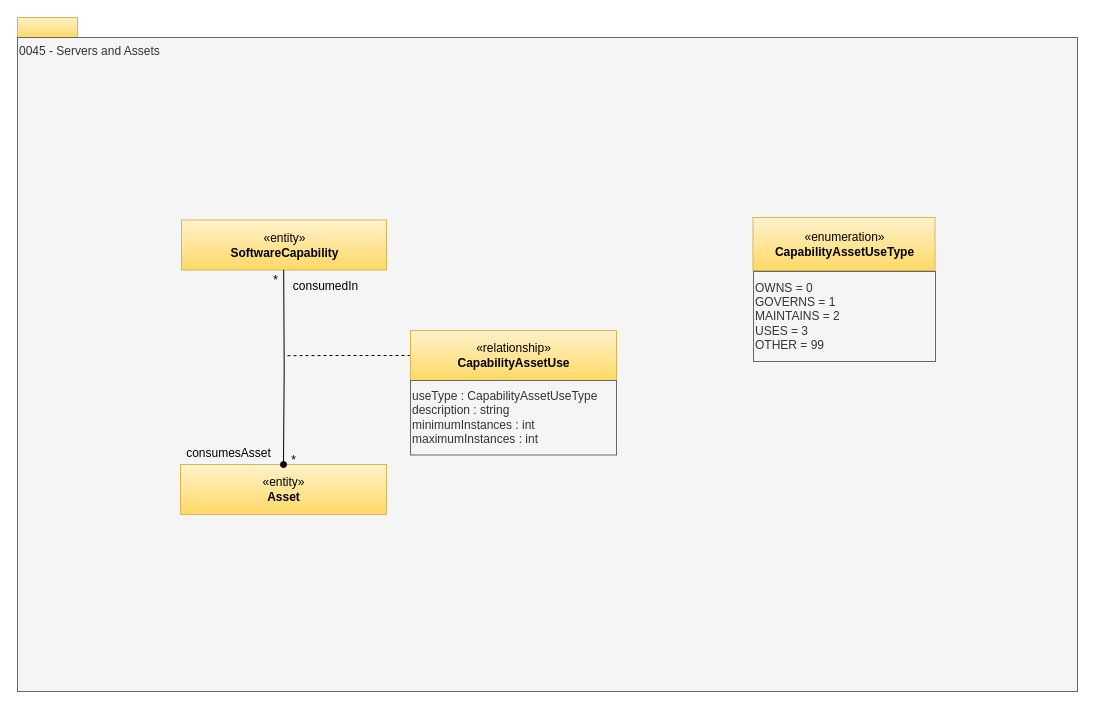
Above: page "0045-Servers-and-Assets" (25 of 31) of site/docs/types/0/area-0-basic-types-and-infrastructure.drawio in odpi/egeria-docs (draw.io), before the change. Source tidied: cells renumbered, new cells numbered last; positions are measured from the earlier drawing's top-left corner, leaving out a move shared by most shapes. Both pictures are drawn from the tidied source at 100%, with x=0, y=0 at pixel (17, 17).
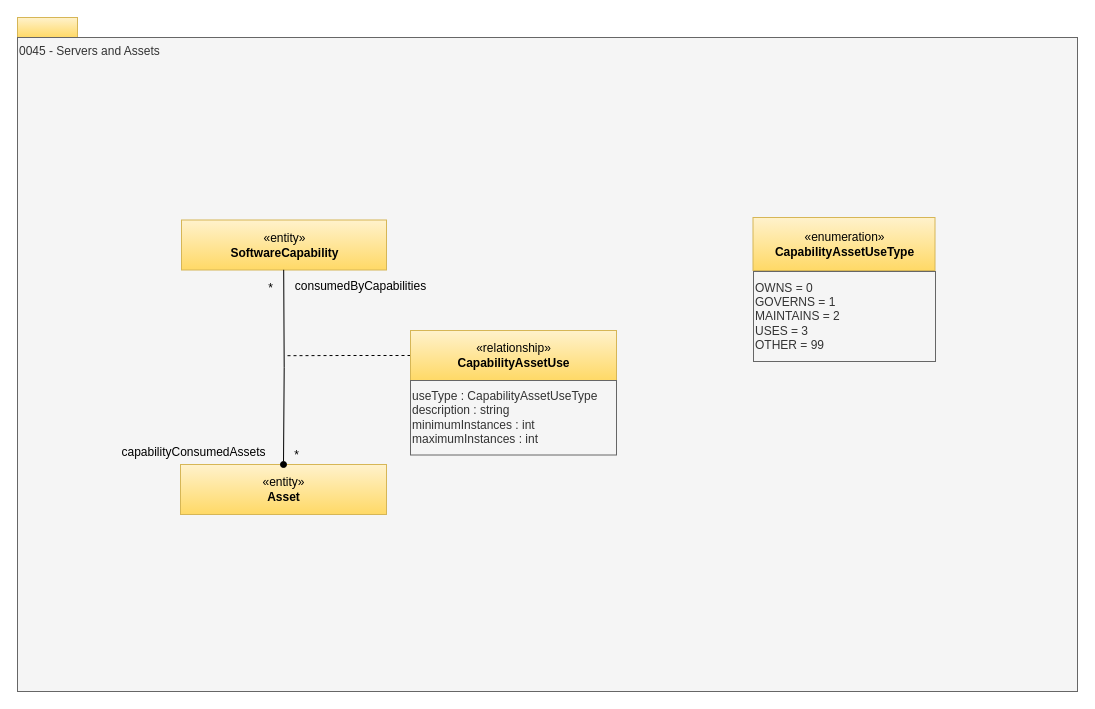
The same diagram, later.

Change to the diagram source:
```diff
@@
 <mxGraphModel>
   <root>
     <mxCell id="0" />
     <mxCell id="1" parent="0" />
     <mxCell id="2" style="rounded=0;whiteSpace=wrap;html=1;align=left;fillColor=#fff2cc;strokeColor=#d6b656;gradientColor=#ffd966;" parent="1" vertex="1">
       <mxGeometry width="60" height="20" as="geometry" />
     </mxCell>
     <mxCell id="3" value="0045 - Servers and Assets" style="rounded=0;whiteSpace=wrap;html=1;align=left;verticalAlign=top;fillColor=#f5f5f5;fontColor=#333333;strokeColor=#666666;" parent="1" vertex="1">
       <mxGeometry y="20" width="1060" height="654" as="geometry" />
     </mxCell>
     <mxCell id="4" value="«entity»&lt;br&gt;&lt;b&gt;SoftwareCapability&lt;/b&gt;" style="html=1;strokeColor=#d6b656;align=center;fillColor=#fff2cc;gradientColor=#ffd966;" parent="1" vertex="1">
       <mxGeometry x="164" y="202.5" width="205" height="50" as="geometry" />
     </mxCell>
     <mxCell id="5" value="«entity»&lt;br&gt;&lt;b&gt;Asset&lt;/b&gt;" style="html=1;strokeColor=#d6b656;align=center;fillColor=#fff2cc;gradientColor=#ffd966;" parent="1" vertex="1">
       <mxGeometry x="163" y="447" width="206" height="50" as="geometry" />
     </mxCell>
     <mxCell id="6" style="edgeStyle=orthogonalEdgeStyle;rounded=0;html=1;exitX=0;exitY=0.5;endArrow=none;endFill=0;jettySize=auto;dashed=1;" parent="1" edge="1" source="7">
       <mxGeometry relative="1" as="geometry">
         <mxPoint x="267" y="338.2" as="targetPoint" />
       </mxGeometry>
     </mxCell>
     <mxCell id="7" value="«relationship»&lt;br&gt;&lt;b&gt;CapabilityAssetUse&lt;/b&gt;" style="html=1;strokeColor=#d6b656;align=center;fillColor=#fff2cc;gradientColor=#ffd966;" parent="1" vertex="1">
       <mxGeometry x="393" y="313" width="206" height="50" as="geometry" />
     </mxCell>
     <mxCell id="8" value="useType : CapabilityAssetUseType&lt;br&gt;description : string&lt;br&gt;minimumInstances : int&lt;br&gt;maximumInstances : int" style="rounded=0;whiteSpace=wrap;html=1;strokeColor=#666666;align=left;fillColor=#f5f5f5;fontColor=#333333;" parent="1" vertex="1">
       <mxGeometry x="393" y="363" width="206" height="74.5" as="geometry" />
     </mxCell>
     <mxCell id="9" value="*" style="text;html=1;align=center;verticalAlign=top;spacingTop=-4;" parent="1" vertex="1">
-      <mxGeometry x="250.5" y="252.5" width="15" height="14" as="geometry" />
+      <mxGeometry x="245.5" y="260.5" width="15" height="14" as="geometry" />
     </mxCell>
     <mxCell id="10" value="*" style="text;html=1;align=center;verticalAlign=top;spacingTop=-4;" parent="1" vertex="1">
-      <mxGeometry x="268" y="433" width="15" height="14" as="geometry" />
+      <mxGeometry x="271" y="428" width="15" height="14" as="geometry" />
     </mxCell>
-    <mxCell id="11" value="consumedIn" style="text;html=1;align=center;verticalAlign=top;spacingTop=-4;" parent="1" vertex="1">
-      <mxGeometry x="270" y="258.5" width="75" height="14" as="geometry" />
+    <mxCell id="11" value="consumedByCapabilities" style="text;html=1;align=center;verticalAlign=top;spacingTop=-4;" parent="1" vertex="1">
+      <mxGeometry x="268" y="259" width="149" height="20" as="geometry" />
     </mxCell>
-    <mxCell id="12" value="consumesAsset" style="text;html=1;align=center;verticalAlign=top;spacingTop=-4;" parent="1" vertex="1">
-      <mxGeometry x="163" y="426" width="95" height="14" as="geometry" />
+    <mxCell id="12" value="capabilityConsumedAssets" style="text;html=1;align=center;verticalAlign=top;spacingTop=-4;" parent="1" vertex="1">
+      <mxGeometry x="95" y="425" width="162" height="20" as="geometry" />
     </mxCell>
     <mxCell id="13" value="«enumeration»&lt;br&gt;&lt;b&gt;CapabilityAssetUseType&lt;/b&gt;" style="html=1;strokeColor=#d6b656;align=center;fillColor=#fff2cc;gradientColor=#ffd966;" parent="1" vertex="1">
       <mxGeometry x="735.5" y="200" width="182" height="53" as="geometry" />
     </mxCell>
     <mxCell id="14" value="OWNS = 0&lt;br&gt;GOVERNS = 1&lt;br&gt;MAINTAINS = 2&lt;br&gt;USES = 3&lt;br&gt;OTHER = 99&lt;br&gt;" style="rounded=0;whiteSpace=wrap;html=1;strokeColor=#666666;align=left;fillColor=#f5f5f5;fontColor=#333333;" parent="1" vertex="1">
       <mxGeometry x="736" y="254" width="182" height="90" as="geometry" />
     </mxCell>
     <mxCell id="15" style="edgeStyle=orthogonalEdgeStyle;rounded=0;html=1;exitX=0.5;exitY=1;entryX=0.5;entryY=0;endArrow=oval;endFill=1;jettySize=auto;" parent="1" edge="1" target="5">
       <mxGeometry relative="1" as="geometry">
         <mxPoint x="266.2" y="252.3" as="sourcePoint" />
       </mxGeometry>
     </mxCell>
   </root>
 </mxGraphModel>
```
